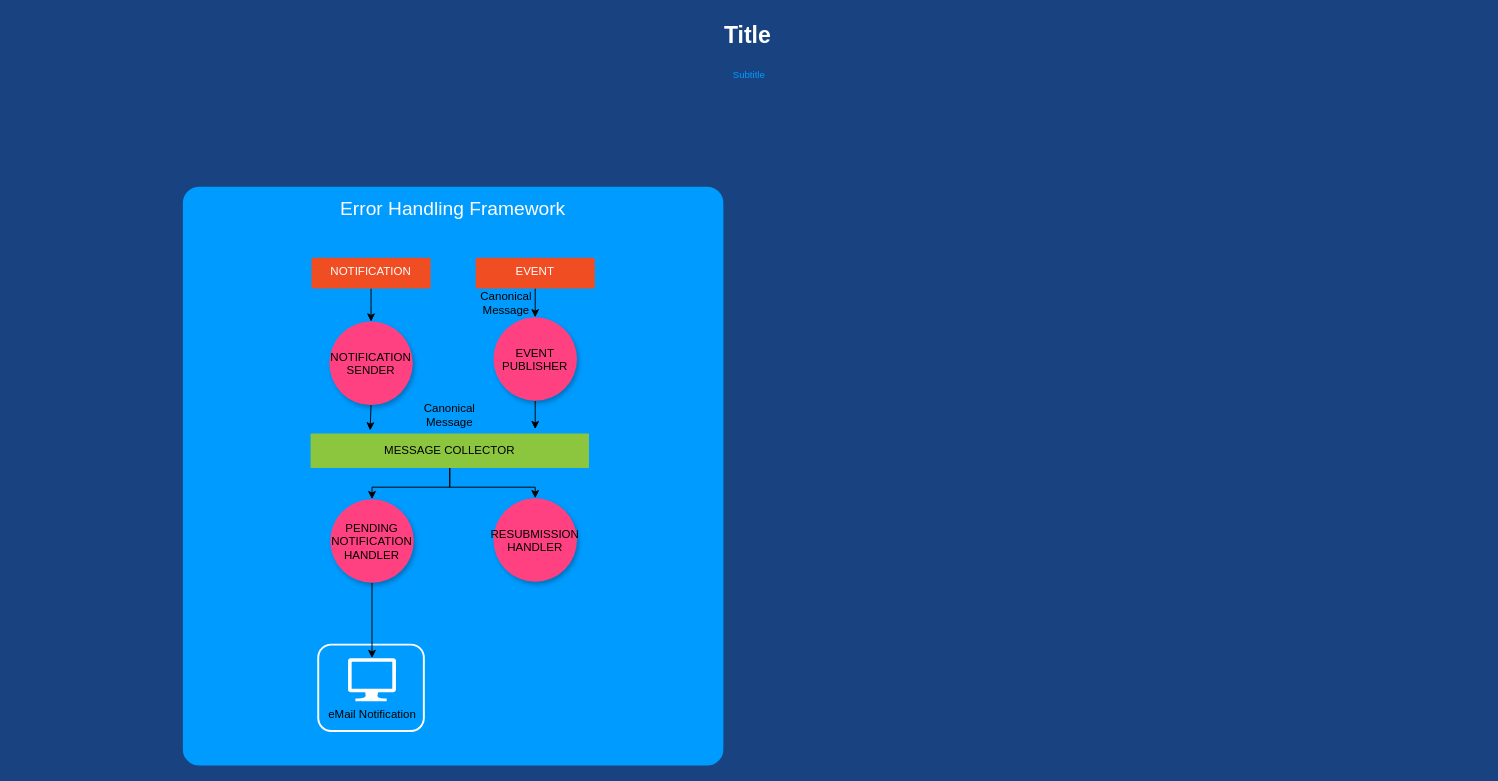
Earlier version of the draw.io diagram ErrorHandlingFramework.drawio (spantaleoni/StaticWebSite). Source tidied: cells renumbered, new cells numbered last; positions are measured from the earlier drawing's top-left corner, leaving out a move shared by most shapes. Both pictures are drawn from the tidied source at 96%, with x=0, y=0 at pixel (16, 16).
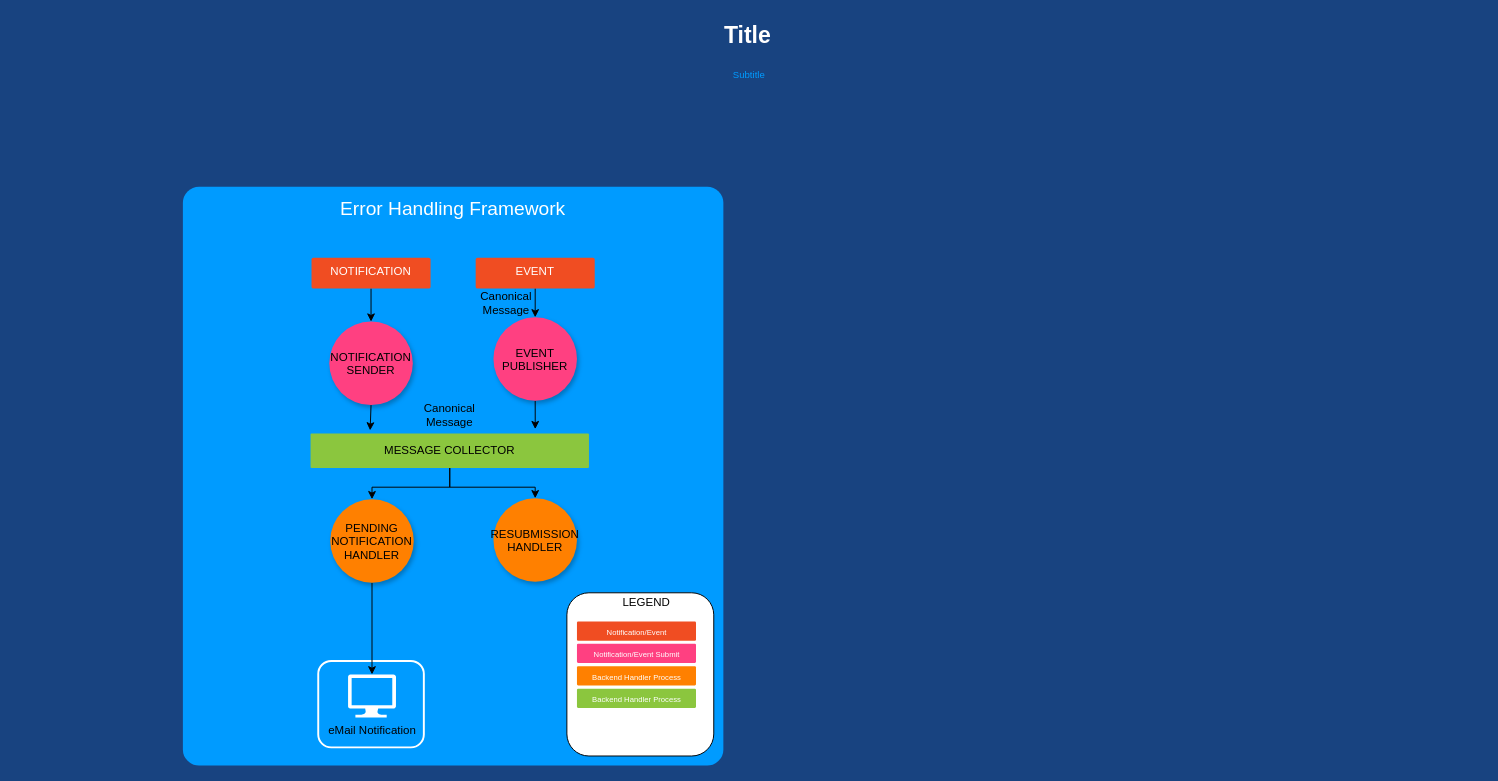
Above is the later version.

The edit, as a diff of the source:
```diff
@@
     <mxCell id="16" style="group;" parent="1" vertex="1">
-      <mxGeometry x="314" y="654" width="110" height="90" as="geometry" />
+      <mxGeometry x="314" y="671" width="110" height="90" as="geometry" />
     </mxCell>
@@
-    <mxCell id="20" value="PENDING &#10;NOTIFICATION&#10;HANDLER" style="shape=ellipse;fillColor=#FF4081;strokeColor=none;shadow=1;" parent="1" vertex="1">
+    <mxCell id="20" value="PENDING &#10;NOTIFICATION&#10;HANDLER" style="shape=ellipse;fillColor=#FF8000;strokeColor=none;shadow=1;" parent="1" vertex="1">
       <mxGeometry x="326.5" y="502.5" width="87" height="87" as="geometry" />
     </mxCell>
-    <mxCell id="21" value="RESUBMISSION&#10;HANDLER" style="shape=ellipse;fillColor=#FF4081;strokeColor=none;shadow=1;" parent="1" vertex="1">
+    <mxCell id="21" value="RESUBMISSION&#10;HANDLER" style="shape=ellipse;fillColor=#FF8000;strokeColor=none;shadow=1;" parent="1" vertex="1">
       <mxGeometry x="496.5" y="501.5" width="87" height="87" as="geometry" />
     </mxCell>
@@
+    <mxCell id="24" style="rounded=1;whiteSpace=wrap;html=1;" parent="1" vertex="1">
+      <mxGeometry x="573" y="600" width="153" height="170" as="geometry" />
+    </mxCell>
+    <mxCell id="25" value="LEGEND" style="text;html=1;strokeColor=none;fillColor=none;align=center;verticalAlign=middle;whiteSpace=wrap;rounded=0;" parent="1" vertex="1">
+      <mxGeometry x="636" y="600" width="40" height="20" as="geometry" />
+    </mxCell>
+    <mxCell id="26" value="Notification/Event" style="rounded=1;whiteSpace=wrap;html=1;shadow=0;strokeWidth=2;fillColor=#F04D22;fontSize=8;fontColor=#FFFFFF;align=center;strokeColor=none;arcSize=6;verticalAlign=top;" parent="1" vertex="1">
+      <mxGeometry x="583.5" y="630" width="124" height="20" as="geometry" />
+    </mxCell>
+    <mxCell id="27" value="Backend Handler Process" style="rounded=1;whiteSpace=wrap;html=1;shadow=0;strokeWidth=2;fillColor=#8BC63E;fontSize=8;fontColor=#FFFFFF;align=center;strokeColor=none;arcSize=6;verticalAlign=top;" parent="1" vertex="1">
+      <mxGeometry x="583.5" y="700" width="124" height="20" as="geometry" />
+    </mxCell>
+    <mxCell id="28" value="Notification/Event Submit" style="rounded=1;whiteSpace=wrap;html=1;shadow=0;strokeWidth=2;fillColor=#FF4081;fontSize=8;fontColor=#FFFFFF;align=center;strokeColor=none;arcSize=6;verticalAlign=top;" parent="1" vertex="1">
+      <mxGeometry x="583.5" y="653" width="124" height="20" as="geometry" />
+    </mxCell>
+    <mxCell id="29" value="Backend Handler Process" style="rounded=1;whiteSpace=wrap;html=1;shadow=0;strokeWidth=2;fillColor=#FF8000;fontSize=8;fontColor=#FFFFFF;align=center;strokeColor=none;arcSize=6;verticalAlign=top;" parent="1" vertex="1">
+      <mxGeometry x="583.5" y="676.5" width="124" height="20" as="geometry" />
+    </mxCell>
```
